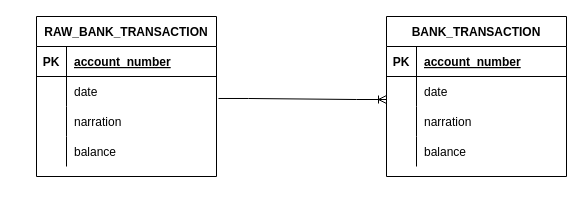
mushi333/ESUPERFUND-Bank-Application keeps this draw.io diagram as Documents/ERD.drawio. Above is the earlier version. Source tidied: cells renumbered, new cells numbered last; positions are measured from the earlier drawing's top-left corner, leaving out a move shared by most shapes. Both pictures are drawn from the tidied source at 100%, with x=0, y=0 at pixel (36, 16).
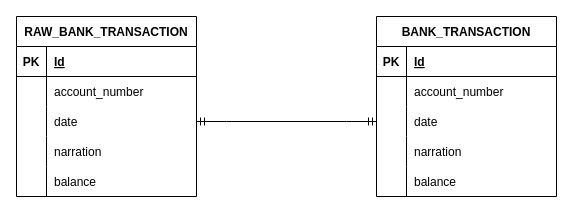
Above is the later version.

Commit message (it also covers changes not shown here):
Updated ERD diagram

Unchanged cells that the change refers to:
```xml
<mxCell id="3" style="shape=tableRow;horizontal=0;startSize=0;swimlaneHead=0;swimlaneBody=0;fillColor=none;top=0;left=0;right=0;bottom=1;" parent="2" vertex="1">
  <mxGeometry y="30" width="180" height="30" as="geometry" />
</mxCell>
<mxCell id="6" style="shape=tableRow;horizontal=0;startSize=0;swimlaneHead=0;swimlaneBody=0;fillColor=none;points=[[0,0.5],[1,0.5]];portConstraint=eastwest;top=0;left=0;right=0;bottom=0;" parent="2" vertex="1">
  <mxGeometry y="60" width="180" height="30" as="geometry" />
</mxCell>
<mxCell id="9" style="shape=tableRow;horizontal=0;startSize=0;swimlaneHead=0;swimlaneBody=0;fillColor=none;points=[[0,0.5],[1,0.5]];portConstraint=eastwest;top=0;left=0;right=0;bottom=0;" parent="2" vertex="1">
  <mxGeometry y="90" width="180" height="30" as="geometry" />
</mxCell>
<mxCell id="12" style="shape=tableRow;horizontal=0;startSize=0;swimlaneHead=0;swimlaneBody=0;fillColor=none;top=0;left=0;right=0;bottom=0;" parent="2" vertex="1">
  <mxGeometry y="120" width="180" height="30" as="geometry" />
</mxCell>
<mxCell id="16" style="shape=tableRow;horizontal=0;startSize=0;swimlaneHead=0;swimlaneBody=0;fillColor=none;top=0;left=0;right=0;bottom=1;" parent="15" vertex="1">
  <mxGeometry y="30" width="180" height="30" as="geometry" />
</mxCell>
```

Change to the diagram source:
```diff
@@
     <mxCell id="2" value="RAW_BANK_TRANSACTION" style="shape=table;startSize=30;childLayout=tableLayout;rowLines=0;fontStyle=1;align=center;" parent="1" vertex="1">
-      <mxGeometry width="180" height="160" as="geometry" />
+      <mxGeometry x="-20" width="180" height="180" as="geometry" />
     </mxCell>
@@
-    <mxCell id="5" value="account_number" style="shape=partialRectangle;fillColor=none;top=0;left=0;bottom=0;right=0;align=left;spacingLeft=6;fontStyle=5;overflow=hidden;" parent="3" vertex="1">
+    <mxCell id="5" value="Id" style="shape=partialRectangle;fillColor=none;top=0;left=0;bottom=0;right=0;align=left;spacingLeft=6;fontStyle=5;overflow=hidden;" parent="3" vertex="1">
       <mxGeometry x="30" width="150" height="30" as="geometry" />
     </mxCell>
@@
-    <mxCell id="8" value="date" style="shape=partialRectangle;fillColor=none;top=0;left=0;bottom=0;right=0;align=left;spacingLeft=6;overflow=hidden;" parent="6" vertex="1">
+    <mxCell id="8" value="account_number" style="shape=partialRectangle;fillColor=none;top=0;left=0;bottom=0;right=0;align=left;spacingLeft=6;overflow=hidden;fontStyle=0;" parent="6" vertex="1">
       <mxGeometry x="30" width="150" height="30" as="geometry" />
     </mxCell>
@@
-    <mxCell id="11" value="narration" style="shape=partialRectangle;fillColor=none;top=0;left=0;bottom=0;right=0;align=left;spacingLeft=6;overflow=hidden;" parent="9" vertex="1">
+    <mxCell id="11" value="date" style="shape=partialRectangle;fillColor=none;top=0;left=0;bottom=0;right=0;align=left;spacingLeft=6;overflow=hidden;" parent="9" vertex="1">
       <mxGeometry x="30" width="150" height="30" as="geometry" />
     </mxCell>
@@
-    <mxCell id="14" value="balance" style="shape=partialRectangle;fillColor=none;top=0;left=0;bottom=0;right=0;align=left;spacingLeft=6;overflow=hidden;" parent="12" vertex="1">
+    <mxCell id="14" value="narration" style="shape=partialRectangle;fillColor=none;top=0;left=0;bottom=0;right=0;align=left;spacingLeft=6;overflow=hidden;" parent="12" vertex="1">
       <mxGeometry x="30" width="150" height="30" as="geometry" />
     </mxCell>
+    <mxCell id="29" style="shape=tableRow;horizontal=0;startSize=0;swimlaneHead=0;swimlaneBody=0;fillColor=none;top=0;left=0;right=0;bottom=0;" parent="2" vertex="1">
+      <mxGeometry y="150" width="180" height="30" as="geometry" />
+    </mxCell>
+    <mxCell id="30" style="shape=partialRectangle;fillColor=none;top=0;left=0;bottom=0;right=0;overflow=hidden;" parent="29" vertex="1">
+      <mxGeometry width="30" height="30" as="geometry" />
+    </mxCell>
+    <mxCell id="31" value="balance" style="shape=partialRectangle;fillColor=none;top=0;left=0;bottom=0;right=0;align=left;spacingLeft=6;overflow=hidden;" parent="29" vertex="1">
+      <mxGeometry x="30" width="150" height="30" as="geometry" />
+    </mxCell>
     <mxCell id="15" value="BANK_TRANSACTION" style="shape=table;startSize=30;childLayout=tableLayout;rowLines=0;fontStyle=1;align=center;" parent="1" vertex="1">
-      <mxGeometry x="350" width="180" height="160" as="geometry" />
+      <mxGeometry x="340" width="180" height="180" as="geometry" />
     </mxCell>
@@
+    <mxCell id="32" value="Id" style="shape=partialRectangle;fillColor=none;top=0;left=0;bottom=0;right=0;align=left;spacingLeft=6;fontStyle=5;overflow=hidden;" parent="16" vertex="1">
+      <mxGeometry x="30" width="150" height="30" as="geometry" />
+    </mxCell>
+    <mxCell id="19" style="shape=tableRow;horizontal=0;startSize=0;swimlaneHead=0;swimlaneBody=0;fillColor=none;top=0;left=0;right=0;bottom=0;" parent="15" vertex="1">
+      <mxGeometry y="60" width="180" height="30" as="geometry" />
+    </mxCell>
+    <mxCell id="33" style="shape=partialRectangle;fillColor=none;top=0;left=0;bottom=0;right=0;overflow=hidden;" parent="19" vertex="1">
+      <mxGeometry width="30" height="30" as="geometry" />
+    </mxCell>
-    <mxCell id="18" value="account_number" style="shape=partialRectangle;fillColor=none;top=0;left=0;bottom=0;right=0;align=left;spacingLeft=6;fontStyle=5;overflow=hidden;" parent="16" vertex="1">
+    <mxCell id="18" value="account_number" style="shape=partialRectangle;fillColor=none;top=0;left=0;bottom=0;right=0;align=left;spacingLeft=6;overflow=hidden;fontStyle=0;" parent="19" vertex="1">
       <mxGeometry x="30" width="150" height="30" as="geometry" />
     </mxCell>
-    <mxCell id="19" style="shape=tableRow;horizontal=0;startSize=0;swimlaneHead=0;swimlaneBody=0;fillColor=none;top=0;left=0;right=0;bottom=0;" parent="15" vertex="1">
-      <mxGeometry y="60" width="180" height="30" as="geometry" />
-    </mxCell>
-    <mxCell id="20" style="shape=partialRectangle;fillColor=none;top=0;left=0;bottom=0;right=0;overflow=hidden;" parent="19" vertex="1">
-      <mxGeometry width="30" height="30" as="geometry" />
-    </mxCell>
+    <mxCell id="22" style="shape=tableRow;horizontal=0;startSize=0;swimlaneHead=0;swimlaneBody=0;fillColor=none;points=[[0,0.5],[1,0.5]];portConstraint=eastwest;top=0;left=0;right=0;bottom=0;" parent="15" vertex="1">
+      <mxGeometry y="90" width="180" height="30" as="geometry" />
+    </mxCell>
+    <mxCell id="34" style="shape=partialRectangle;fillColor=none;top=0;left=0;bottom=0;right=0;overflow=hidden;" parent="22" vertex="1">
+      <mxGeometry width="30" height="30" as="geometry" />
+    </mxCell>
-    <mxCell id="21" value="date" style="shape=partialRectangle;fillColor=none;top=0;left=0;bottom=0;right=0;align=left;spacingLeft=6;overflow=hidden;" parent="19" vertex="1">
+    <mxCell id="21" value="date" style="shape=partialRectangle;fillColor=none;top=0;left=0;bottom=0;right=0;align=left;spacingLeft=6;overflow=hidden;" parent="22" vertex="1">
       <mxGeometry x="30" width="150" height="30" as="geometry" />
     </mxCell>
-    <mxCell id="22" style="shape=tableRow;horizontal=0;startSize=0;swimlaneHead=0;swimlaneBody=0;fillColor=none;points=[[0,0.5],[1,0.5]];portConstraint=eastwest;top=0;left=0;right=0;bottom=0;" parent="15" vertex="1">
-      <mxGeometry y="90" width="180" height="30" as="geometry" />
-    </mxCell>
-    <mxCell id="23" style="shape=partialRectangle;fillColor=none;top=0;left=0;bottom=0;right=0;overflow=hidden;" parent="22" vertex="1">
-      <mxGeometry width="30" height="30" as="geometry" />
-    </mxCell>
+    <mxCell id="25" style="shape=tableRow;horizontal=0;startSize=0;swimlaneHead=0;swimlaneBody=0;fillColor=none;top=0;left=0;right=0;bottom=0;" parent="15" vertex="1">
+      <mxGeometry y="120" width="180" height="30" as="geometry" />
+    </mxCell>
+    <mxCell id="35" style="shape=partialRectangle;fillColor=none;top=0;left=0;bottom=0;right=0;overflow=hidden;" parent="25" vertex="1">
+      <mxGeometry width="30" height="30" as="geometry" />
+    </mxCell>
-    <mxCell id="24" value="narration" style="shape=partialRectangle;fillColor=none;top=0;left=0;bottom=0;right=0;align=left;spacingLeft=6;overflow=hidden;" parent="22" vertex="1">
+    <mxCell id="24" value="narration" style="shape=partialRectangle;fillColor=none;top=0;left=0;bottom=0;right=0;align=left;spacingLeft=6;overflow=hidden;" parent="25" vertex="1">
       <mxGeometry x="30" width="150" height="30" as="geometry" />
     </mxCell>
-    <mxCell id="25" style="shape=tableRow;horizontal=0;startSize=0;swimlaneHead=0;swimlaneBody=0;fillColor=none;top=0;left=0;right=0;bottom=0;" parent="15" vertex="1">
-      <mxGeometry y="120" width="180" height="30" as="geometry" />
-    </mxCell>
-    <mxCell id="26" style="shape=partialRectangle;fillColor=none;top=0;left=0;bottom=0;right=0;overflow=hidden;" parent="25" vertex="1">
-      <mxGeometry width="30" height="30" as="geometry" />
-    </mxCell>
-    <mxCell id="27" value="balance" style="shape=partialRectangle;fillColor=none;top=0;left=0;bottom=0;right=0;align=left;spacingLeft=6;overflow=hidden;" parent="25" vertex="1">
-      <mxGeometry x="30" width="150" height="30" as="geometry" />
-    </mxCell>
-    <mxCell id="28" style="edgeStyle=entityRelationEdgeStyle;fontSize=12;html=1;endArrow=ERoneToMany;rounded=0;exitX=1.011;exitY=0.733;exitDx=0;exitDy=0;exitPerimeter=0;" parent="1" edge="1" source="6">
-      <mxGeometry relative="1" as="geometry">
-        <mxPoint x="350" y="83" as="targetPoint" />
-      </mxGeometry>
-    </mxCell>
+    <mxCell id="36" style="shape=tableRow;horizontal=0;startSize=0;swimlaneHead=0;swimlaneBody=0;fillColor=none;top=0;left=0;right=0;bottom=0;" parent="15" vertex="1">
+      <mxGeometry y="150" width="180" height="30" as="geometry" />
+    </mxCell>
+    <mxCell id="37" style="shape=partialRectangle;fillColor=none;top=0;left=0;bottom=0;right=0;overflow=hidden;" parent="36" vertex="1">
+      <mxGeometry width="30" height="30" as="geometry" />
+    </mxCell>
+    <mxCell id="38" value="balance" style="shape=partialRectangle;fillColor=none;top=0;left=0;bottom=0;right=0;align=left;spacingLeft=6;overflow=hidden;" parent="36" vertex="1">
+      <mxGeometry x="30" width="150" height="30" as="geometry" />
+    </mxCell>
+    <mxCell id="39" style="edgeStyle=entityRelationEdgeStyle;fontSize=12;html=1;endArrow=ERmandOne;startArrow=ERmandOne;rounded=0;entryX=0;entryY=0.5;entryDx=0;entryDy=0;exitX=1;exitY=0.5;exitDx=0;exitDy=0;" parent="1" edge="1" source="9" target="22">
+      <mxGeometry relative="1" as="geometry" />
+    </mxCell>
```
